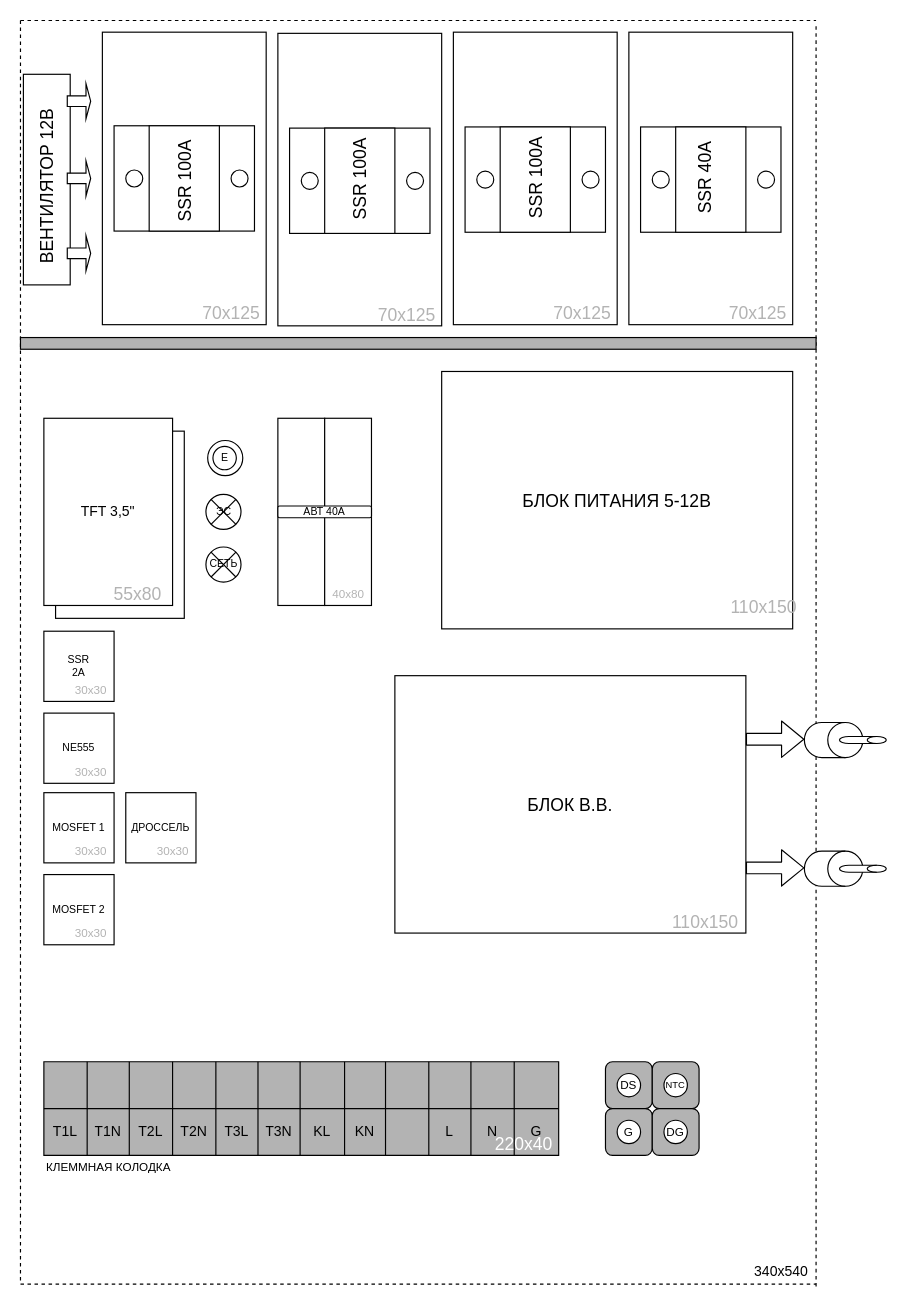
Before: kopv5mk_placement_diagram_v2.drawio in jekavovikovich/jekavovikovich, a draw.io diagram. Source tidied: cells renumbered, new cells numbered last; positions are measured from the earlier drawing's top-left corner, leaving out a move shared by most shapes. Both pictures are drawn from the tidied source at 117%, with x=0, y=0 at pixel (-44, 20).
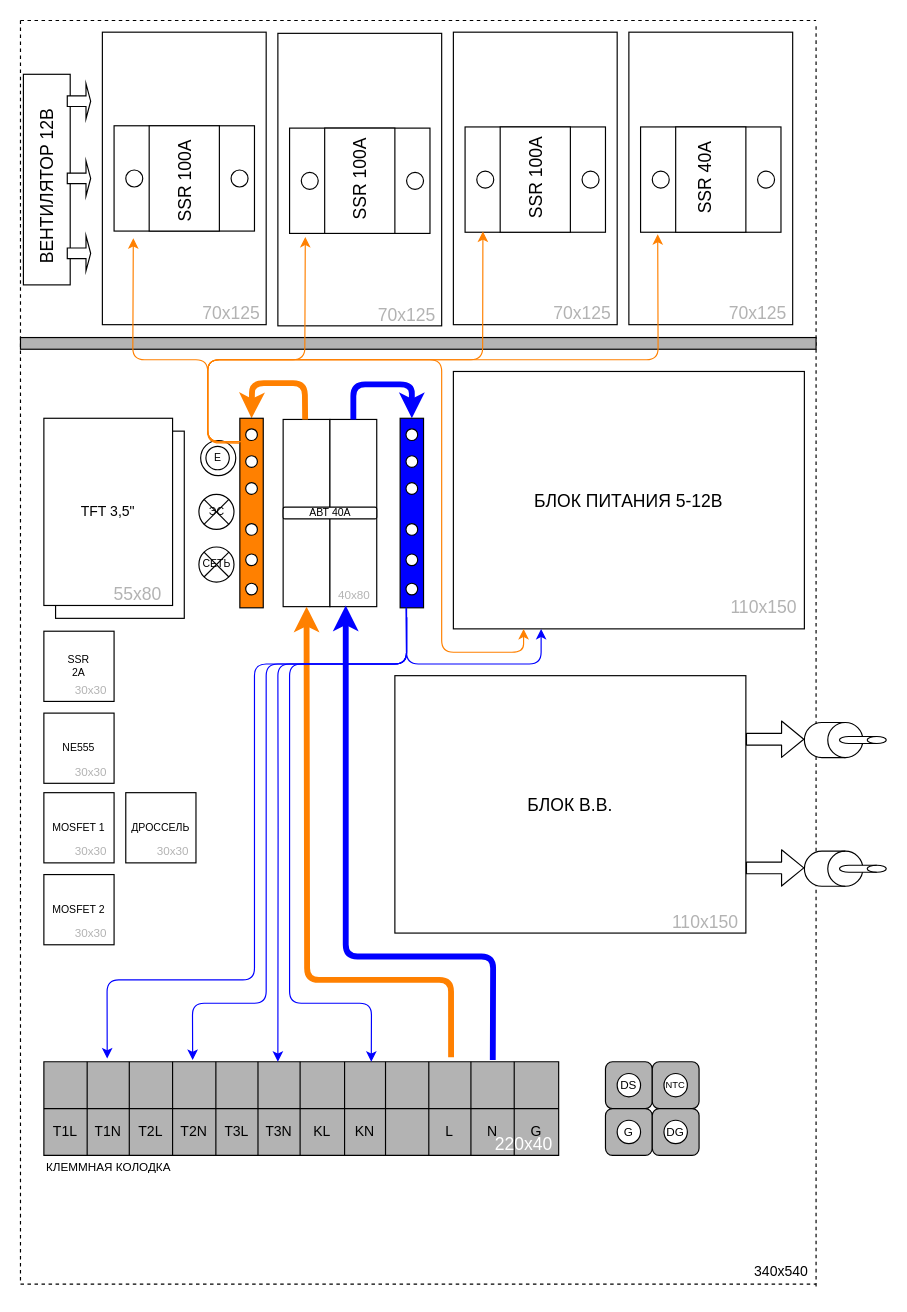
The same diagram, later.

Unchanged cells that the change refers to:
```xml
<mxCell id="26" style="rounded=0;whiteSpace=wrap;html=1;labelBackgroundColor=none;fontSize=15;fillColor=#FFFFFF;" parent="1" vertex="1">
  <mxGeometry x="135" y="90" width="120" height="90" as="geometry" />
</mxCell>
<mxCell id="30" style="rounded=0;whiteSpace=wrap;html=1;labelBackgroundColor=none;fontSize=15;fillColor=#FFFFFF;" parent="1" vertex="1">
  <mxGeometry x="285" y="92" width="120" height="90" as="geometry" />
</mxCell>
<mxCell id="34" style="rounded=0;whiteSpace=wrap;html=1;labelBackgroundColor=none;fontSize=15;fillColor=#FFFFFF;" parent="1" vertex="1">
  <mxGeometry x="435" y="91" width="120" height="90" as="geometry" />
</mxCell>
<mxCell id="38" style="rounded=0;whiteSpace=wrap;html=1;labelBackgroundColor=none;fontSize=15;fillColor=#FFFFFF;" parent="1" vertex="1">
  <mxGeometry x="585" y="91" width="120" height="90" as="geometry" />
</mxCell>
<mxCell id="73" style="shape=partialRectangle;html=1;whiteSpace=wrap;fillColor=none;top=0;left=0;bottom=0;right=0;points=[[0,0.5],[1,0.5]];portConstraint=eastwest;" parent="72" vertex="1">
  <mxGeometry width="440" height="40" as="geometry" />
</mxCell>
```

What changed in the source:
```diff
@@
     <mxCell id="8" style="rounded=0;whiteSpace=wrap;html=1;" parent="1" vertex="1">
-      <mxGeometry x="275" y="340" width="40" height="160" as="geometry" />
+      <mxGeometry x="279.5" y="341" width="40" height="160" as="geometry" />
     </mxCell>
@@
     <mxCell id="10" style="rounded=0;whiteSpace=wrap;html=1;" parent="1" vertex="1">
-      <mxGeometry x="315" y="340" width="40" height="160" as="geometry" />
+      <mxGeometry x="319.5" y="341" width="40" height="160" as="geometry" />
     </mxCell>
     <mxCell id="11" value="АВТ 40А" style="rounded=1;whiteSpace=wrap;html=1;fontSize=9;" parent="1" vertex="1">
-      <mxGeometry x="275" y="415" width="80" height="10" as="geometry" />
+      <mxGeometry x="279.5" y="416" width="80" height="10" as="geometry" />
     </mxCell>
     <mxCell id="12" style="ellipse;whiteSpace=wrap;html=1;fontSize=9;" parent="1" vertex="1">
-      <mxGeometry x="215" y="359" width="30" height="30" as="geometry" />
+      <mxGeometry x="209" y="359" width="30" height="30" as="geometry" />
     </mxCell>
     <mxCell id="13" value="E" style="ellipse;whiteSpace=wrap;html=1;fontSize=9;" parent="1" vertex="1">
-      <mxGeometry x="219.5" y="364" width="20" height="20" as="geometry" />
+      <mxGeometry x="213.5" y="364" width="20" height="20" as="geometry" />
     </mxCell>
     <mxCell id="14" value="ЭС" style="shape=sumEllipse;perimeter=ellipsePerimeter;whiteSpace=wrap;html=1;backgroundOutline=1;fontSize=9;" parent="1" vertex="1">
-      <mxGeometry x="213.5" y="405" width="30" height="30" as="geometry" />
+      <mxGeometry x="207.5" y="405" width="30" height="30" as="geometry" />
     </mxCell>
     <mxCell id="15" value="&lt;div style=&quot;font-size: 10px;&quot;&gt;40x80&lt;/div&gt;" style="text;html=1;align=center;verticalAlign=middle;strokeColor=none;fontSize=10;fontColor=#B3B3B3;" parent="1" vertex="1">
-      <mxGeometry x="315" y="480" width="40" height="20" as="geometry" />
+      <mxGeometry x="319.5" y="481" width="40" height="20" as="geometry" />
     </mxCell>
@@
     <mxCell id="60" value="&lt;div&gt;БЛОК ПИТАНИЯ 5-12В&lt;/div&gt;" style="rounded=0;whiteSpace=wrap;html=1;fontSize=15;" parent="1" vertex="1">
-      <mxGeometry x="415" y="300" width="300" height="220" as="geometry" />
+      <mxGeometry x="425" y="300" width="300" height="220" as="geometry" />
     </mxCell>
@@
     <mxCell id="70" value="СЕТЬ" style="shape=sumEllipse;perimeter=ellipsePerimeter;whiteSpace=wrap;html=1;backgroundOutline=1;fontSize=9;" parent="1" vertex="1">
-      <mxGeometry x="213.5" y="450" width="30" height="30" as="geometry" />
+      <mxGeometry x="207.5" y="450" width="30" height="30" as="geometry" />
     </mxCell>
@@
+    <mxCell id="109" style="endArrow=classic;html=1;fontSize=8;fontColor=#000000;entryX=0.5;entryY=1;entryDx=0;entryDy=0;exitX=0.791;exitY=-0.097;exitDx=0;exitDy=0;exitPerimeter=0;strokeColor=#FF8000;strokeWidth=5;" parent="1" edge="1" source="73" target="8">
+      <mxGeometry relative="1" as="geometry">
+        <Array as="points">
+          <mxPoint x="423" y="820" />
+          <mxPoint x="300" y="820" />
+        </Array>
+      </mxGeometry>
+    </mxCell>
+    <mxCell id="110" style="endArrow=classic;html=1;fontSize=8;fontColor=#000000;exitX=0.872;exitY=-0.038;exitDx=0;exitDy=0;exitPerimeter=0;strokeColor=#0000FF;shadow=0;sketch=0;strokeWidth=5;" parent="1" edge="1" source="73">
+      <mxGeometry relative="1" as="geometry">
+        <mxPoint x="333" y="500" as="targetPoint" />
+        <Array as="points">
+          <mxPoint x="459" y="800" />
+          <mxPoint x="333" y="800" />
+        </Array>
+      </mxGeometry>
+    </mxCell>
+    <mxCell id="111" style="rounded=0;whiteSpace=wrap;html=1;fontSize=8;fontColor=#000000;fillColor=#0000FF;" parent="1" vertex="1">
+      <mxGeometry x="379.5" y="340" width="20" height="162" as="geometry" />
+    </mxCell>
+    <mxCell id="112" style="ellipse;whiteSpace=wrap;html=1;fontSize=8;fontColor=#000000;fillColor=#FFFFFF;" parent="1" vertex="1">
+      <mxGeometry x="384.5" y="395" width="10" height="10" as="geometry" />
+    </mxCell>
+    <mxCell id="113" style="ellipse;whiteSpace=wrap;html=1;fontSize=8;fontColor=#000000;fillColor=#FFFFFF;" parent="1" vertex="1">
+      <mxGeometry x="384.5" y="349" width="10" height="10" as="geometry" />
+    </mxCell>
+    <mxCell id="114" style="ellipse;whiteSpace=wrap;html=1;fontSize=8;fontColor=#000000;fillColor=#FFFFFF;" parent="1" vertex="1">
+      <mxGeometry x="384.5" y="481" width="10" height="10" as="geometry" />
+    </mxCell>
+    <mxCell id="115" style="ellipse;whiteSpace=wrap;html=1;fontSize=8;fontColor=#000000;fillColor=#FFFFFF;" parent="1" vertex="1">
+      <mxGeometry x="384.5" y="372" width="10" height="10" as="geometry" />
+    </mxCell>
+    <mxCell id="116" style="ellipse;whiteSpace=wrap;html=1;fontSize=8;fontColor=#000000;fillColor=#FFFFFF;" parent="1" vertex="1">
+      <mxGeometry x="384.5" y="456" width="10" height="10" as="geometry" />
+    </mxCell>
+    <mxCell id="117" style="ellipse;whiteSpace=wrap;html=1;fontSize=8;fontColor=#000000;fillColor=#FFFFFF;" parent="1" vertex="1">
+      <mxGeometry x="384.5" y="430" width="10" height="10" as="geometry" />
+    </mxCell>
+    <mxCell id="118" style="endArrow=classic;html=1;fontSize=8;fontColor=#000000;exitX=0.5;exitY=0;exitDx=0;exitDy=0;strokeColor=#0000FF;strokeWidth=5;" parent="1" edge="1" source="10">
+      <mxGeometry relative="1" as="geometry">
+        <mxPoint x="389.5" y="340" as="targetPoint" />
+        <Array as="points">
+          <mxPoint x="339.5" y="311" />
+          <mxPoint x="389.5" y="311" />
+        </Array>
+      </mxGeometry>
+    </mxCell>
+    <mxCell id="119" style="endArrow=classic;html=1;fontSize=8;fontColor=#000000;strokeColor=#0000FF;entryX=0.636;entryY=0;entryDx=0;entryDy=0;entryPerimeter=0;exitX=0.25;exitY=1;exitDx=0;exitDy=0;" parent="1" edge="1" source="111" target="73">
+      <mxGeometry relative="1" as="geometry">
+        <Array as="points">
+          <mxPoint x="385" y="550" />
+          <mxPoint x="285" y="550" />
+          <mxPoint x="285" y="840" />
+          <mxPoint x="355" y="840" />
+        </Array>
+      </mxGeometry>
+    </mxCell>
+    <mxCell id="120" style="endArrow=classic;html=1;fontSize=8;fontColor=#000000;strokeColor=#0000FF;entryX=0.636;entryY=0;entryDx=0;entryDy=0;entryPerimeter=0;" parent="1" edge="1">
+      <mxGeometry relative="1" as="geometry">
+        <mxPoint x="385" y="502" as="sourcePoint" />
+        <mxPoint x="275" y="890" as="targetPoint" />
+        <Array as="points">
+          <mxPoint x="385" y="550" />
+          <mxPoint x="275" y="550" />
+          <mxPoint x="275.2" y="690" />
+        </Array>
+      </mxGeometry>
+    </mxCell>
+    <mxCell id="121" style="endArrow=classic;html=1;fontSize=8;fontColor=#000000;strokeColor=#0000FF;entryX=0.289;entryY=-0.038;entryDx=0;entryDy=0;entryPerimeter=0;" parent="1" edge="1" target="73">
+      <mxGeometry relative="1" as="geometry">
+        <mxPoint x="385" y="510" as="sourcePoint" />
+        <Array as="points">
+          <mxPoint x="385" y="550" />
+          <mxPoint x="265" y="550" />
+          <mxPoint x="265" y="840" />
+          <mxPoint x="202" y="840" />
+        </Array>
+      </mxGeometry>
+    </mxCell>
+    <mxCell id="122" style="endArrow=classic;html=1;fontSize=8;fontColor=#000000;strokeColor=#0000FF;entryX=0.123;entryY=-0.068;entryDx=0;entryDy=0;entryPerimeter=0;" parent="1" edge="1" target="73">
+      <mxGeometry relative="1" as="geometry">
+        <mxPoint x="385" y="510" as="sourcePoint" />
+        <Array as="points">
+          <mxPoint x="385" y="550" />
+          <mxPoint x="255" y="550" />
+          <mxPoint x="255" y="820" />
+          <mxPoint x="129" y="820" />
+        </Array>
+      </mxGeometry>
+    </mxCell>
+    <mxCell id="123" style="endArrow=classic;html=1;fontSize=8;fontColor=#000000;strokeColor=#0000FF;entryX=0.25;entryY=1;entryDx=0;entryDy=0;" parent="1" edge="1" target="60">
+      <mxGeometry relative="1" as="geometry">
+        <mxPoint x="385" y="510" as="sourcePoint" />
+        <Array as="points">
+          <mxPoint x="385" y="550" />
+          <mxPoint x="500" y="550" />
+        </Array>
+      </mxGeometry>
+    </mxCell>
+    <mxCell id="124" style="endArrow=classic;html=1;fontSize=8;fontColor=#000000;strokeColor=#FF8000;strokeWidth=5;entryX=0.5;entryY=0;entryDx=0;entryDy=0;" parent="1" edge="1" target="125">
+      <mxGeometry relative="1" as="geometry">
+        <mxPoint x="298.3" y="341" as="sourcePoint" />
+        <Array as="points">
+          <mxPoint x="298" y="310" />
+          <mxPoint x="253" y="310" />
+        </Array>
+      </mxGeometry>
+    </mxCell>
+    <mxCell id="125" style="rounded=0;whiteSpace=wrap;html=1;fontSize=8;fontColor=#000000;fillColor=#FF8000;" parent="1" vertex="1">
+      <mxGeometry x="242.5" y="340" width="20" height="162" as="geometry" />
+    </mxCell>
+    <mxCell id="126" style="ellipse;whiteSpace=wrap;html=1;fontSize=8;fontColor=#000000;fillColor=#FFFFFF;" parent="1" vertex="1">
+      <mxGeometry x="247.5" y="395" width="10" height="10" as="geometry" />
+    </mxCell>
+    <mxCell id="127" style="ellipse;whiteSpace=wrap;html=1;fontSize=8;fontColor=#000000;fillColor=#FFFFFF;" parent="1" vertex="1">
+      <mxGeometry x="247.5" y="349" width="10" height="10" as="geometry" />
+    </mxCell>
+    <mxCell id="128" style="ellipse;whiteSpace=wrap;html=1;fontSize=8;fontColor=#000000;fillColor=#FFFFFF;" parent="1" vertex="1">
+      <mxGeometry x="247.5" y="481" width="10" height="10" as="geometry" />
+    </mxCell>
+    <mxCell id="129" style="ellipse;whiteSpace=wrap;html=1;fontSize=8;fontColor=#000000;fillColor=#FFFFFF;" parent="1" vertex="1">
+      <mxGeometry x="247.5" y="372" width="10" height="10" as="geometry" />
+    </mxCell>
+    <mxCell id="130" style="ellipse;whiteSpace=wrap;html=1;fontSize=8;fontColor=#000000;fillColor=#FFFFFF;" parent="1" vertex="1">
+      <mxGeometry x="247.5" y="456" width="10" height="10" as="geometry" />
+    </mxCell>
+    <mxCell id="131" style="ellipse;whiteSpace=wrap;html=1;fontSize=8;fontColor=#000000;fillColor=#FFFFFF;" parent="1" vertex="1">
+      <mxGeometry x="247.5" y="430" width="10" height="10" as="geometry" />
+    </mxCell>
+    <mxCell id="132" style="endArrow=classic;html=1;shadow=0;fontSize=8;fontColor=#000000;strokeWidth=1;strokeColor=#FF8000;exitX=0.125;exitY=0.123;exitDx=0;exitDy=0;exitPerimeter=0;entryX=0.2;entryY=1;entryDx=0;entryDy=0;entryPerimeter=0;" parent="1" edge="1" source="125" target="60">
+      <mxGeometry relative="1" as="geometry">
+        <Array as="points">
+          <mxPoint x="215" y="360" />
+          <mxPoint x="215" y="320" />
+          <mxPoint x="215" y="290" />
+          <mxPoint x="415" y="290" />
+          <mxPoint x="415" y="540" />
+          <mxPoint x="485" y="540" />
+        </Array>
+      </mxGeometry>
+    </mxCell>
+    <mxCell id="133" style="endArrow=classic;html=1;shadow=0;fontSize=8;fontColor=#000000;strokeColor=#FF8000;strokeWidth=1;entryX=0.137;entryY=1.068;entryDx=0;entryDy=0;entryPerimeter=0;" parent="1" edge="1" target="26">
+      <mxGeometry relative="1" as="geometry">
+        <mxPoint x="238" y="360" as="sourcePoint" />
+        <Array as="points">
+          <mxPoint x="215" y="360" />
+          <mxPoint x="215" y="290" />
+          <mxPoint x="151" y="290" />
+        </Array>
+      </mxGeometry>
+    </mxCell>
+    <mxCell id="134" style="endArrow=classic;html=1;shadow=0;fontSize=8;fontColor=#000000;strokeColor=#FF8000;strokeWidth=1;exitX=-0.025;exitY=0.125;exitDx=0;exitDy=0;exitPerimeter=0;entryX=0.112;entryY=1.033;entryDx=0;entryDy=0;entryPerimeter=0;" parent="1" edge="1" source="125" target="30">
+      <mxGeometry relative="1" as="geometry">
+        <Array as="points">
+          <mxPoint x="215" y="360" />
+          <mxPoint x="215" y="290" />
+          <mxPoint x="298" y="290" />
+        </Array>
+      </mxGeometry>
+    </mxCell>
+    <mxCell id="135" style="endArrow=classic;html=1;shadow=0;fontSize=8;fontColor=#000000;strokeColor=#FF8000;strokeWidth=1;exitX=-0.084;exitY=0.125;exitDx=0;exitDy=0;exitPerimeter=0;entryX=0.127;entryY=0.992;entryDx=0;entryDy=0;entryPerimeter=0;" parent="1" edge="1" source="125" target="34">
+      <mxGeometry relative="1" as="geometry">
+        <Array as="points">
+          <mxPoint x="215" y="360" />
+          <mxPoint x="215" y="290" />
+          <mxPoint x="450" y="290" />
+        </Array>
+      </mxGeometry>
+    </mxCell>
+    <mxCell id="136" style="endArrow=classic;html=1;shadow=0;fontSize=8;fontColor=#000000;strokeColor=#FF8000;strokeWidth=1;exitX=-0.025;exitY=0.132;exitDx=0;exitDy=0;exitPerimeter=0;entryX=0.122;entryY=1.018;entryDx=0;entryDy=0;entryPerimeter=0;" parent="1" edge="1" source="125" target="38">
+      <mxGeometry relative="1" as="geometry">
+        <Array as="points">
+          <mxPoint x="215" y="361" />
+          <mxPoint x="215" y="290" />
+          <mxPoint x="600" y="290" />
+        </Array>
+      </mxGeometry>
+    </mxCell>
```
